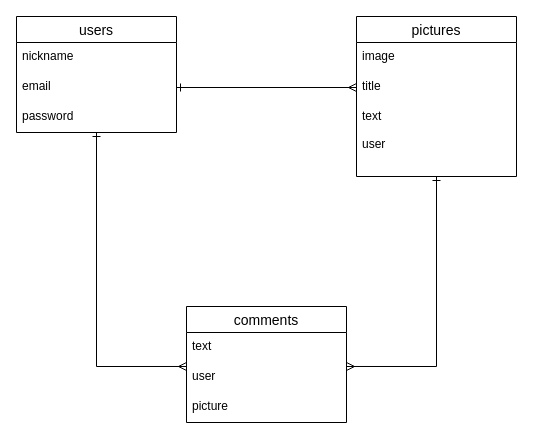
Hiroki-Sakurazawa/catch-22 keeps this draw.io diagram as .dio. Above is the earlier version. Source tidied: cells renumbered, new cells numbered last; positions are measured from the earlier drawing's top-left corner, leaving out a move shared by most shapes. Both pictures are drawn from the tidied source at 100%, with x=0, y=0 at pixel (16, 16).
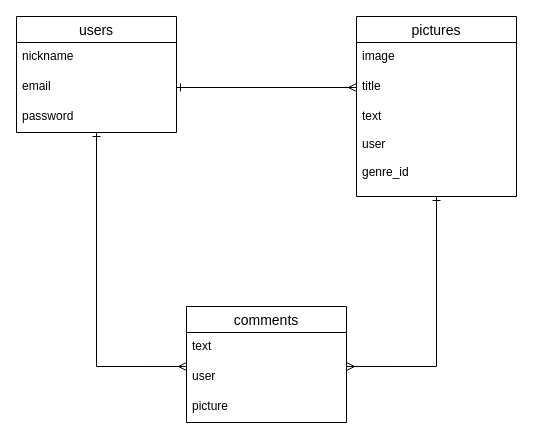
After the change.

Diff of the diagram source:
```diff
@@
 <mxGraphModel>
   <root>
     <mxCell id="0" />
     <mxCell id="1" parent="0" />
     <mxCell id="2" style="edgeStyle=orthogonalEdgeStyle;rounded=0;jettySize=auto;html=1;entryX=0;entryY=0.133;entryDx=0;entryDy=0;entryPerimeter=0;startArrow=ERone;startFill=0;endArrow=ERmany;endFill=0;" parent="1" edge="1" source="3" target="14">
       <mxGeometry relative="1" as="geometry" />
     </mxCell>
     <mxCell id="3" value="users" style="swimlane;fontStyle=0;horizontal=1;startSize=26;align=center;fontSize=14;" parent="1" vertex="1">
       <mxGeometry width="160" height="116" as="geometry" />
     </mxCell>
     <mxCell id="4" value="nickname" style="text;strokeColor=none;fillColor=none;spacingLeft=4;spacingRight=4;overflow=hidden;fontSize=12;" parent="3" vertex="1">
       <mxGeometry y="26" width="160" height="30" as="geometry" />
     </mxCell>
     <mxCell id="5" value="email" style="text;strokeColor=none;fillColor=none;spacingLeft=4;spacingRight=4;overflow=hidden;points=[[0,0.5],[1,0.5]];portConstraint=eastwest;fontSize=12;" parent="3" vertex="1">
       <mxGeometry y="56" width="160" height="30" as="geometry" />
     </mxCell>
     <mxCell id="6" value="password" style="text;strokeColor=none;fillColor=none;spacingLeft=4;spacingRight=4;overflow=hidden;fontSize=12;" parent="3" vertex="1">
       <mxGeometry y="86" width="160" height="30" as="geometry" />
     </mxCell>
     <mxCell id="7" style="edgeStyle=orthogonalEdgeStyle;rounded=0;jettySize=auto;html=1;entryX=1;entryY=0.133;entryDx=0;entryDy=0;entryPerimeter=0;startArrow=ERone;startFill=0;endArrow=ERmany;endFill=0;" parent="1" edge="1" source="8" target="14">
       <mxGeometry relative="1" as="geometry" />
     </mxCell>
     <mxCell id="8" value="pictures" style="swimlane;fontStyle=0;horizontal=1;startSize=26;align=center;fontSize=14;" parent="1" vertex="1">
-      <mxGeometry x="340" width="160" height="160" as="geometry" />
+      <mxGeometry x="340" width="160" height="180" as="geometry" />
     </mxCell>
     <mxCell id="9" value="image" style="text;strokeColor=none;fillColor=none;spacingLeft=4;spacingRight=4;overflow=hidden;fontSize=12;" parent="8" vertex="1">
       <mxGeometry y="26" width="160" height="30" as="geometry" />
     </mxCell>
     <mxCell id="10" value="title" style="text;strokeColor=none;fillColor=none;spacingLeft=4;spacingRight=4;overflow=hidden;points=[[0,0.5],[1,0.5]];portConstraint=eastwest;fontSize=12;" parent="8" vertex="1">
       <mxGeometry y="56" width="160" height="30" as="geometry" />
     </mxCell>
-    <mxCell id="11" value="text&#10;&#10;user" style="text;strokeColor=none;fillColor=none;spacingLeft=4;spacingRight=4;overflow=hidden;fontSize=12;" parent="8" vertex="1">
-      <mxGeometry y="86" width="160" height="74" as="geometry" />
+    <mxCell id="11" value="text&#10;&#10;user&#10;&#10;genre_id" style="text;strokeColor=none;fillColor=none;spacingLeft=4;spacingRight=4;overflow=hidden;fontSize=12;" parent="8" vertex="1">
+      <mxGeometry y="86" width="160" height="94" as="geometry" />
     </mxCell>
     <mxCell id="12" value="comments" style="swimlane;fontStyle=0;horizontal=1;startSize=26;align=center;fontSize=14;" parent="1" vertex="1">
       <mxGeometry x="170" y="290" width="160" height="116" as="geometry" />
     </mxCell>
     <mxCell id="13" value="text" style="text;strokeColor=none;fillColor=none;spacingLeft=4;spacingRight=4;overflow=hidden;fontSize=12;" parent="12" vertex="1">
       <mxGeometry y="26" width="160" height="30" as="geometry" />
     </mxCell>
     <mxCell id="14" value="user" style="text;strokeColor=none;fillColor=none;spacingLeft=4;spacingRight=4;overflow=hidden;points=[[0,0.5],[1,0.5]];portConstraint=eastwest;fontSize=12;" parent="12" vertex="1">
       <mxGeometry y="56" width="160" height="30" as="geometry" />
     </mxCell>
     <mxCell id="15" value="picture" style="text;strokeColor=none;fillColor=none;spacingLeft=4;spacingRight=4;overflow=hidden;fontSize=12;" parent="12" vertex="1">
       <mxGeometry y="86" width="160" height="30" as="geometry" />
     </mxCell>
     <mxCell id="16" style="edgeStyle=orthogonalEdgeStyle;rounded=0;jettySize=auto;html=1;exitX=1;exitY=0.5;exitDx=0;exitDy=0;entryX=0;entryY=0.5;entryDx=0;entryDy=0;endArrow=ERmany;endFill=0;startArrow=ERone;startFill=0;" parent="1" edge="1" source="5" target="10">
       <mxGeometry relative="1" as="geometry" />
     </mxCell>
   </root>
 </mxGraphModel>
```
